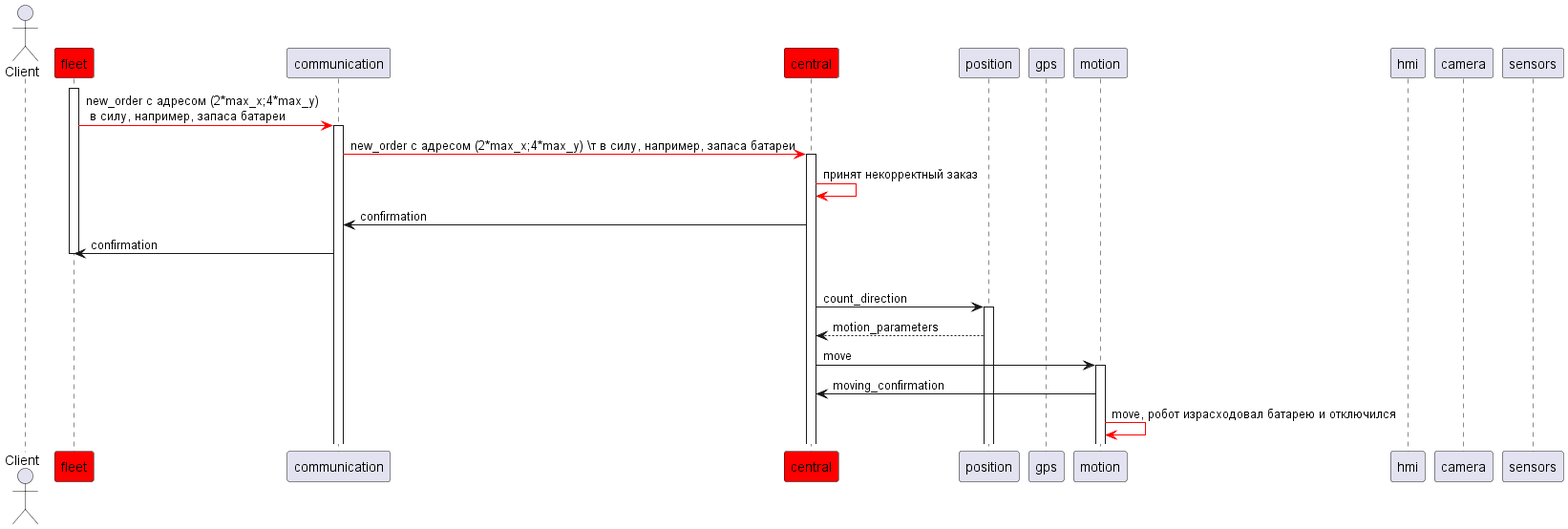
Before: pics/sd_3.png, a diagram exported from PlantUML (Fishonground/Delivery).
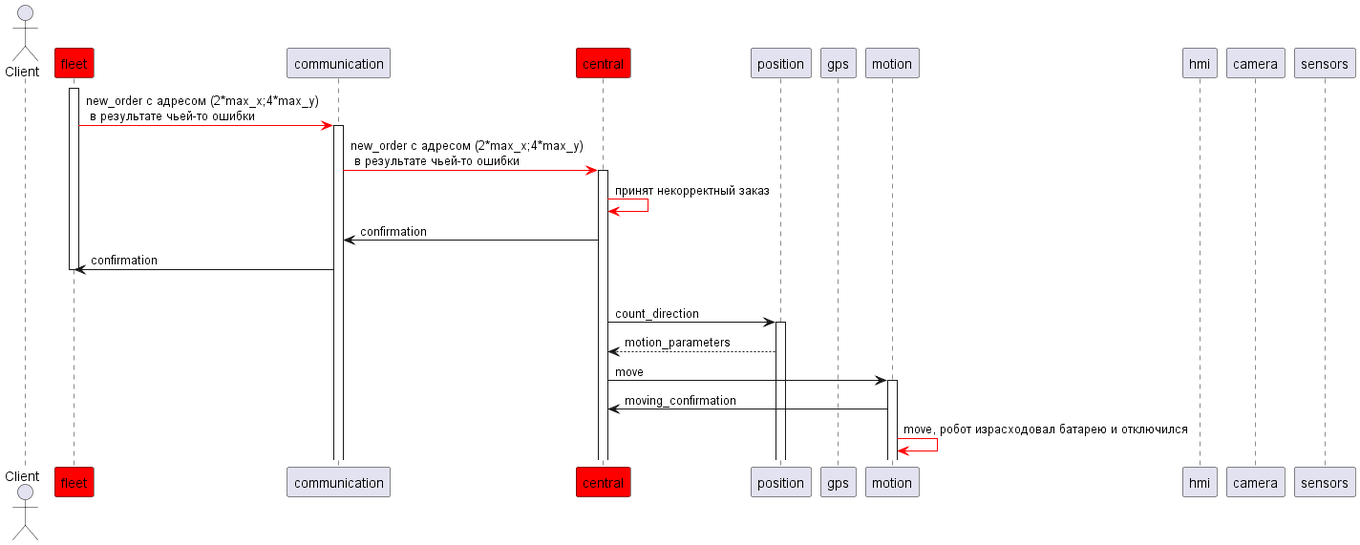
Later version of the same file.

Change to the diagram source:
```diff
@@ -12,8 +12,8 @@
 
 
 fleet++
-fleet -[#red]> communication++: new_order с адресом (2*max_x;4*max_y) \n в силу, например, запаса батареи
-communication -[#red]> central++: new_order с адресом (2*max_x;4*max_y) \т в силу, например, запаса батареи
+fleet -[#red]> communication++: new_order с адресом (2*max_x;4*max_y) \n в результате чьей-то ошибки
+communication -[#red]> central++: new_order с адресом (2*max_x;4*max_y) \n в результате чьей-то ошибки
 central -[#red]> central: принят некорректный заказ
 central -> communication: confirmation
 communication -> fleet: confirmation
```
